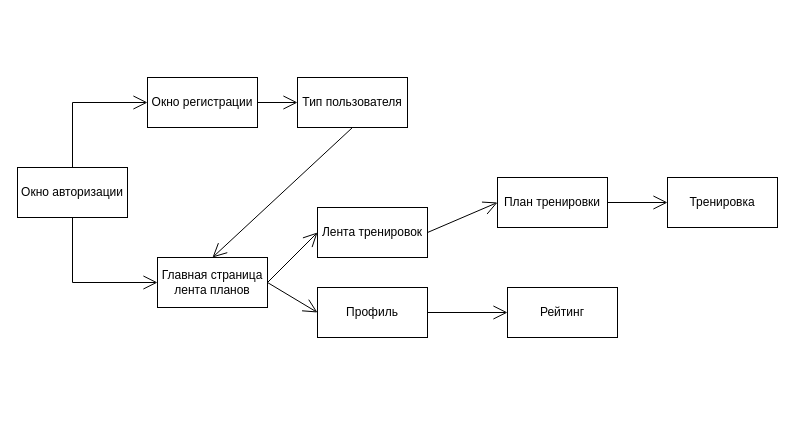
Earlier version of the draw.io diagram Client.drawio (hse-2024-java-android-sport-app/sport-app-project). Source tidied: cells renumbered, new cells numbered last; positions are measured from the earlier drawing's top-left corner, leaving out a move shared by most shapes. Both pictures are drawn from the tidied source at 100%, with x=0, y=0 at pixel (17, 77).
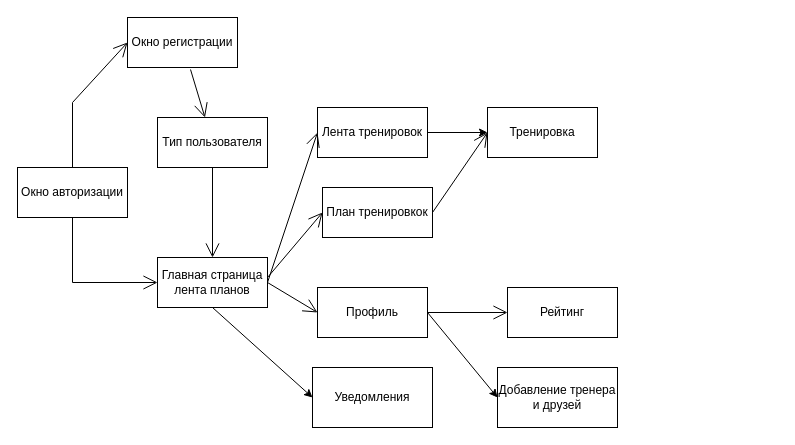
The same page after the edit.

The change refers to these unchanged cells:
```xml
<mxCell id="5" value="Главная страница&lt;br&gt;лента планов" style="html=1;whiteSpace=wrap;" parent="1" vertex="1">
  <mxGeometry x="140" y="180" width="110" height="50" as="geometry" />
</mxCell>
<mxCell id="12" value="Профиль" style="html=1;whiteSpace=wrap;" parent="1" vertex="1">
  <mxGeometry x="300" y="210" width="110" height="50" as="geometry" />
</mxCell>
```

Change to the diagram source:
```diff
@@
     <mxCell id="3" value="Окно регистрации" style="html=1;whiteSpace=wrap;" parent="1" vertex="1">
-      <mxGeometry x="130" width="110" height="50" as="geometry" />
+      <mxGeometry x="110" y="-60" width="110" height="50" as="geometry" />
     </mxCell>
@@
     <mxCell id="6" value="Тип пользователя" style="html=1;whiteSpace=wrap;" parent="1" vertex="1">
-      <mxGeometry x="280" width="110" height="50" as="geometry" />
+      <mxGeometry x="140" y="40" width="110" height="50" as="geometry" />
     </mxCell>
-    <mxCell id="7" style="endArrow=open;endFill=1;endSize=12;html=1;rounded=0;exitX=1;exitY=0.5;exitDx=0;exitDy=0;entryX=0;entryY=0.5;entryDx=0;entryDy=0;" parent="1" edge="1" source="3" target="6">
+    <mxCell id="7" style="endArrow=open;endFill=1;endSize=12;html=1;rounded=0;exitX=0.573;exitY=1.04;exitDx=0;exitDy=0;exitPerimeter=0;" parent="1" edge="1" source="3" target="6">
       <mxGeometry relative="1" as="geometry" />
     </mxCell>
@@
     <mxCell id="9" value="Лента тренировок" style="html=1;whiteSpace=wrap;" parent="1" vertex="1">
-      <mxGeometry x="300" y="130" width="110" height="50" as="geometry" />
+      <mxGeometry x="300" y="30" width="110" height="50" as="geometry" />
     </mxCell>
-    <mxCell id="10" value="План тренировки" style="html=1;whiteSpace=wrap;" parent="1" vertex="1">
-      <mxGeometry x="480" y="100" width="110" height="50" as="geometry" />
+    <mxCell id="10" value="План тренировкок" style="html=1;whiteSpace=wrap;" parent="1" vertex="1">
+      <mxGeometry x="305" y="110" width="110" height="50" as="geometry" />
     </mxCell>
     <mxCell id="11" value="Тренировка" style="html=1;whiteSpace=wrap;" parent="1" vertex="1">
-      <mxGeometry x="650" y="100" width="110" height="50" as="geometry" />
+      <mxGeometry x="470" y="30" width="110" height="50" as="geometry" />
     </mxCell>
@@
-    <mxCell id="18" style="endArrow=open;endFill=1;endSize=12;html=1;rounded=0;exitX=1;exitY=0.5;exitDx=0;exitDy=0;entryX=0;entryY=0.5;entryDx=0;entryDy=0;" parent="1" edge="1" source="9" target="10">
-      <mxGeometry relative="1" as="geometry" />
+    <mxCell id="18" style="endArrow=open;endFill=1;endSize=12;html=1;rounded=0;entryX=0;entryY=0.5;entryDx=0;entryDy=0;" parent="1" edge="1" target="10">
+      <mxGeometry relative="1" as="geometry">
+        <mxPoint x="250" y="200" as="sourcePoint" />
+      </mxGeometry>
     </mxCell>
@@
+    <mxCell id="20" value="Уведомления" style="rounded=0;whiteSpace=wrap;html=1;" parent="1" vertex="1">
+      <mxGeometry x="295" y="290" width="120" height="60" as="geometry" />
+    </mxCell>
+    <mxCell id="21" style="endArrow=classic;html=1;rounded=0;exitX=0.5;exitY=1;exitDx=0;exitDy=0;entryX=0;entryY=0.5;entryDx=0;entryDy=0;" parent="1" edge="1" source="5" target="20">
+      <mxGeometry relative="1" as="geometry" />
+    </mxCell>
+    <mxCell id="22" value="Добавление тренера и друзей" style="rounded=0;whiteSpace=wrap;html=1;" parent="1" vertex="1">
+      <mxGeometry x="480" y="290" width="120" height="60" as="geometry" />
+    </mxCell>
+    <mxCell id="23" style="endArrow=classic;html=1;rounded=0;entryX=0;entryY=0.5;entryDx=0;entryDy=0;exitX=1;exitY=0.5;exitDx=0;exitDy=0;" parent="1" edge="1" source="12" target="22">
+      <mxGeometry relative="1" as="geometry" />
+    </mxCell>
+    <mxCell id="24" style="endArrow=classic;html=1;rounded=0;exitX=1;exitY=0.5;exitDx=0;exitDy=0;" parent="1" edge="1" source="9">
+      <mxGeometry relative="1" as="geometry">
+        <mxPoint x="470" y="55" as="targetPoint" />
+      </mxGeometry>
+    </mxCell>
```
